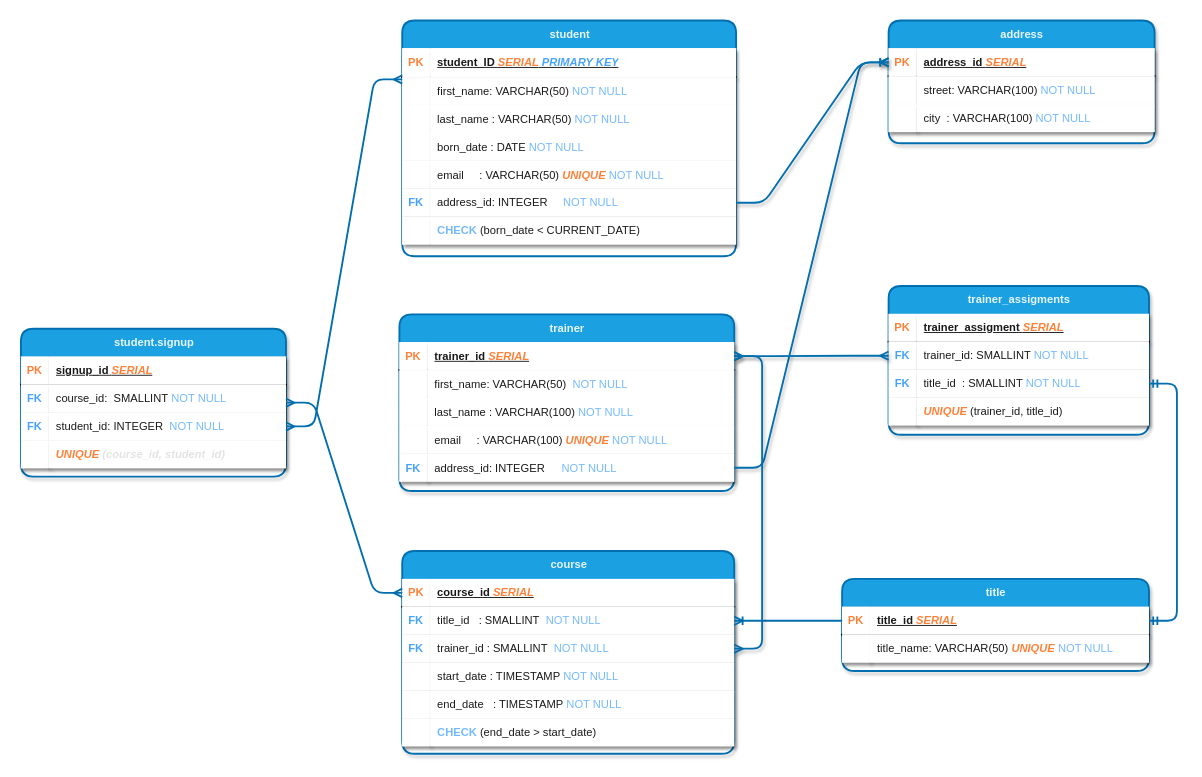
Above: Diagrams/db_diagram.drawio in Mirjax2000/db_project (draw.io), before the change. Source tidied: cells renumbered, new cells numbered last; positions are measured from the earlier drawing's top-left corner, leaving out a move shared by most shapes. Both pictures are drawn from the tidied source at 93%, with x=0, y=0 at pixel (20, 20).
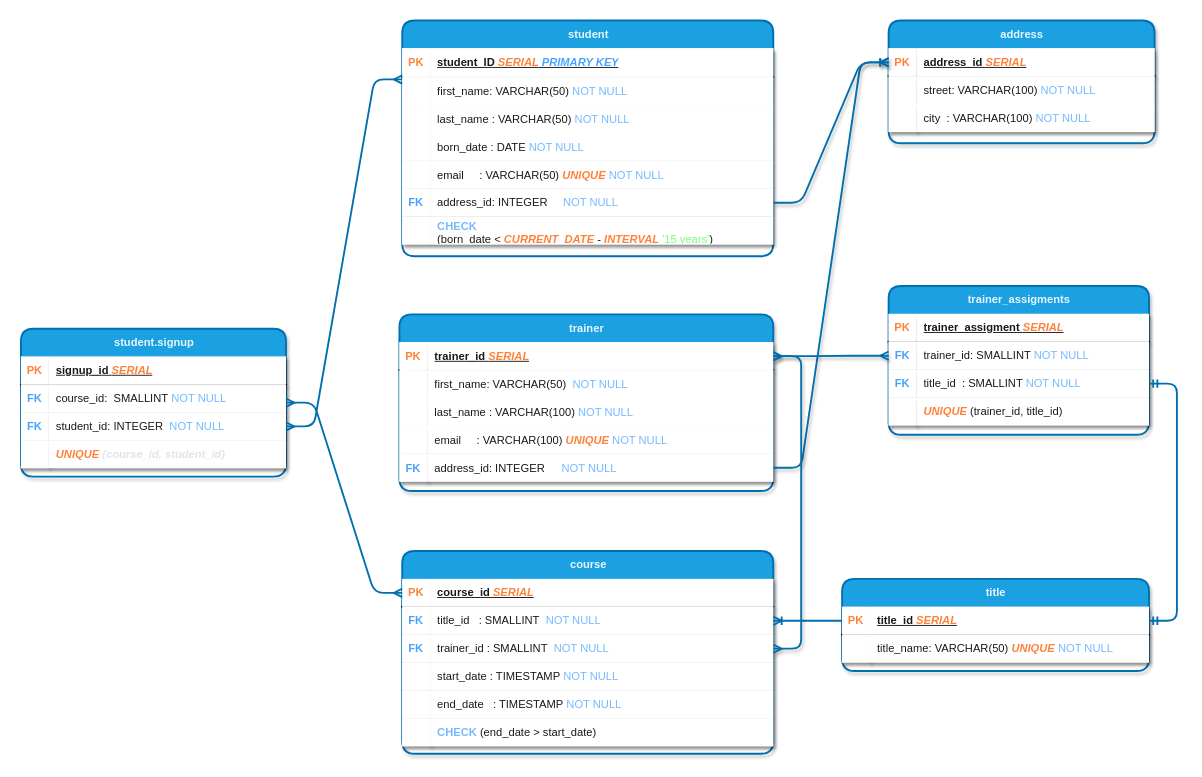
After the change.

The edit, as a diff of the source:
```diff
@@
     <mxCell id="12" value="&lt;font style=&quot;font-size: 12px;&quot;&gt;course&lt;/font&gt;" style="shape=table;startSize=30;childLayout=tableLayout;rowLines=0;fontStyle=1;align=center;html=1;fontFamily=JetBrains Mono;textShadow=0;textOpacity=90;labelBackgroundColor=none;rounded=1;fontSize=12;strokeWidth=2;shadow=1;fillColor=#1ba1e2;fontColor=#ffffff;strokeColor=#006EAF;swimlaneLine=0;direction=east;" parent="1" vertex="1">
-      <mxGeometry x="410" y="570" width="357" height="218" as="geometry" />
+      <mxGeometry x="410" y="570" width="399" height="218" as="geometry" />
     </mxCell>
     <mxCell id="13" style="shape=tableRow;horizontal=0;startSize=0;swimlaneHead=0;swimlaneBody=0;points=[[0,0.5],[1,0.5]];portConstraint=eastwest;top=0;left=0;right=0;bottom=1;align=left;fontFamily=JetBrains Mono;textShadow=0;textOpacity=90;labelBackgroundColor=none;rounded=1;fontSize=12;strokeWidth=2;shadow=1;swimlaneLine=0;" parent="12" vertex="1">
-      <mxGeometry y="30" width="357" height="30" as="geometry" />
+      <mxGeometry y="30" width="399" height="30" as="geometry" />
     </mxCell>
@@
     <mxCell id="15" value="course_id &lt;font color=&quot;#ff7424&quot;&gt;&lt;i&gt;SERIAL&lt;/i&gt;&lt;/font&gt;" style="shape=partialRectangle;top=0;left=0;bottom=0;right=0;align=left;spacingLeft=6;fontStyle=5;overflow=hidden;whiteSpace=wrap;html=1;fontFamily=JetBrains Mono;textShadow=0;textOpacity=90;labelBackgroundColor=none;rounded=1;fontSize=12;strokeWidth=2;shadow=1;swimlaneLine=0;" parent="13" vertex="1">
-      <mxGeometry x="30" width="327" height="30" as="geometry" />
+      <mxGeometry x="30" width="369" height="30" as="geometry" />
     </mxCell>
     <mxCell id="16" style="shape=tableRow;horizontal=0;startSize=0;swimlaneHead=0;swimlaneBody=0;points=[[0,0.5],[1,0.5]];portConstraint=eastwest;top=0;left=0;right=0;bottom=0;align=left;fontFamily=JetBrains Mono;textShadow=0;textOpacity=90;labelBackgroundColor=none;rounded=1;fontSize=12;strokeWidth=2;shadow=1;swimlaneLine=0;" parent="12" vertex="1">
-      <mxGeometry y="60" width="357" height="30" as="geometry" />
+      <mxGeometry y="60" width="399" height="30" as="geometry" />
     </mxCell>
@@
     <mxCell id="18" value="title_id&amp;nbsp; &amp;nbsp;: SMALLINT&amp;nbsp; &lt;font color=&quot;#66b2ff&quot;&gt;NOT NULL&lt;/font&gt;" style="shape=partialRectangle;top=0;left=0;bottom=0;right=0;align=left;spacingLeft=6;overflow=hidden;whiteSpace=wrap;html=1;fontFamily=JetBrains Mono;textShadow=0;textOpacity=90;labelBackgroundColor=none;rounded=1;fontSize=12;strokeWidth=2;shadow=1;swimlaneLine=0;" parent="16" vertex="1">
-      <mxGeometry x="30" width="327" height="30" as="geometry" />
+      <mxGeometry x="30" width="369" height="30" as="geometry" />
     </mxCell>
     <mxCell id="19" style="shape=tableRow;horizontal=0;startSize=0;swimlaneHead=0;swimlaneBody=0;points=[[0,0.5],[1,0.5]];portConstraint=eastwest;top=0;left=0;right=0;bottom=0;align=left;fontFamily=JetBrains Mono;textShadow=0;textOpacity=90;labelBackgroundColor=none;rounded=1;fontSize=12;strokeWidth=2;shadow=1;swimlaneLine=0;" parent="12" vertex="1">
-      <mxGeometry y="90" width="357" height="30" as="geometry" />
+      <mxGeometry y="90" width="399" height="30" as="geometry" />
     </mxCell>
@@
     <mxCell id="21" value="trainer_id : SMALLINT&amp;nbsp; &lt;font color=&quot;#66b2ff&quot;&gt;NOT NULL&lt;/font&gt;" style="shape=partialRectangle;top=0;left=0;bottom=0;right=0;align=left;spacingLeft=6;overflow=hidden;whiteSpace=wrap;html=1;fontFamily=JetBrains Mono;textShadow=0;textOpacity=90;labelBackgroundColor=none;rounded=1;fontSize=12;strokeWidth=2;shadow=1;swimlaneLine=0;" parent="19" vertex="1">
-      <mxGeometry x="30" width="327" height="30" as="geometry" />
+      <mxGeometry x="30" width="369" height="30" as="geometry" />
     </mxCell>
     <mxCell id="22" style="shape=tableRow;horizontal=0;startSize=0;swimlaneHead=0;swimlaneBody=0;top=0;left=0;right=0;bottom=0;align=left;fontFamily=JetBrains Mono;textShadow=0;textOpacity=90;labelBackgroundColor=none;rounded=1;fontSize=12;strokeWidth=2;shadow=1;swimlaneLine=0;" parent="12" vertex="1">
-      <mxGeometry y="120" width="357" height="30" as="geometry" />
+      <mxGeometry y="120" width="399" height="30" as="geometry" />
     </mxCell>
@@
     <mxCell id="24" value="start_date : TIMESTAMP&amp;nbsp;&lt;font color=&quot;#66b2ff&quot;&gt;NOT NULL&lt;/font&gt;" style="shape=partialRectangle;top=0;left=0;bottom=0;right=0;align=left;spacingLeft=6;overflow=hidden;whiteSpace=wrap;html=1;fontFamily=JetBrains Mono;textShadow=0;textOpacity=90;labelBackgroundColor=none;rounded=1;fontSize=12;strokeWidth=2;shadow=1;swimlaneLine=0;" parent="22" vertex="1">
-      <mxGeometry x="30" width="327" height="30" as="geometry" />
+      <mxGeometry x="30" width="369" height="30" as="geometry" />
     </mxCell>
     <mxCell id="25" style="shape=tableRow;horizontal=0;startSize=0;swimlaneHead=0;swimlaneBody=0;top=0;left=0;right=0;bottom=0;align=left;fontFamily=JetBrains Mono;textShadow=0;textOpacity=90;labelBackgroundColor=none;rounded=1;fontSize=12;strokeWidth=2;shadow=1;swimlaneLine=0;" parent="12" vertex="1">
-      <mxGeometry y="150" width="357" height="30" as="geometry" />
+      <mxGeometry y="150" width="399" height="30" as="geometry" />
     </mxCell>
@@
     <mxCell id="27" value="end_date&amp;nbsp; &amp;nbsp;: TIMESTAMP&amp;nbsp;&lt;font color=&quot;#66b2ff&quot;&gt;NOT NULL&lt;/font&gt;" style="shape=partialRectangle;top=0;left=0;bottom=0;right=0;align=left;spacingLeft=6;overflow=hidden;whiteSpace=wrap;html=1;fontFamily=JetBrains Mono;textShadow=0;textOpacity=90;labelBackgroundColor=none;rounded=1;fontSize=12;strokeWidth=2;shadow=1;swimlaneLine=0;" parent="25" vertex="1">
-      <mxGeometry x="30" width="327" height="30" as="geometry" />
+      <mxGeometry x="30" width="369" height="30" as="geometry" />
     </mxCell>
     <mxCell id="28" style="shape=tableRow;horizontal=0;startSize=0;swimlaneHead=0;swimlaneBody=0;top=0;left=0;right=0;bottom=0;align=left;fontFamily=JetBrains Mono;textShadow=0;textOpacity=90;labelBackgroundColor=none;rounded=1;fontSize=12;strokeWidth=2;shadow=1;swimlaneLine=0;" parent="12" vertex="1">
-      <mxGeometry y="180" width="357" height="30" as="geometry" />
+      <mxGeometry y="180" width="399" height="30" as="geometry" />
     </mxCell>
@@
     <mxCell id="30" value="&lt;b&gt;&lt;font color=&quot;#66b2ff&quot;&gt;CHECK&lt;/font&gt;&lt;/b&gt; (end_date &amp;gt; start_date)" style="shape=partialRectangle;top=0;left=0;bottom=0;right=0;align=left;spacingLeft=6;overflow=hidden;whiteSpace=wrap;html=1;fontFamily=JetBrains Mono;textShadow=0;textOpacity=90;labelBackgroundColor=none;rounded=1;fontSize=12;strokeWidth=2;shadow=1;swimlaneLine=0;" parent="28" vertex="1">
-      <mxGeometry x="30" width="327" height="30" as="geometry" />
+      <mxGeometry x="30" width="369" height="30" as="geometry" />
     </mxCell>
@@
     <mxCell id="44" value="&lt;font style=&quot;font-size: 12px;&quot;&gt;student&lt;/font&gt;" style="shape=table;startSize=30;childLayout=tableLayout;rowLines=1;fontStyle=1;align=center;html=1;fontFamily=JetBrains Mono;textShadow=0;textOpacity=90;labelBackgroundColor=none;rounded=1;fontSize=12;strokeWidth=2;shadow=0;fillColor=#1ba1e2;strokeColor=#006EAF;fontColor=#ffffff;swimlaneLine=0;direction=east;" parent="1" vertex="1">
-      <mxGeometry x="410" y="-0.5" width="359" height="253.5" as="geometry" />
+      <mxGeometry x="410" y="-0.5" width="399" height="253.5" as="geometry" />
     </mxCell>
     <mxCell id="45" style="shape=tableRow;horizontal=0;startSize=0;swimlaneHead=0;swimlaneBody=0;top=0;left=0;right=0;bottom=1;align=left;fontFamily=JetBrains Mono;textShadow=0;textOpacity=90;labelBackgroundColor=none;rounded=1;fontSize=12;strokeWidth=2;shadow=1;swimlaneLine=0;" parent="44" vertex="1">
-      <mxGeometry y="30" width="359" height="31" as="geometry" />
+      <mxGeometry y="30" width="399" height="31" as="geometry" />
     </mxCell>
@@
     <mxCell id="47" value="student_ID &lt;i style=&quot;&quot;&gt;&lt;font color=&quot;#ff7424&quot;&gt;SERIAL&lt;/font&gt;&lt;font color=&quot;#3399ff&quot;&gt; PRIMARY KEY&lt;/font&gt;&lt;/i&gt;" style="shape=partialRectangle;top=0;left=0;bottom=0;right=0;align=left;spacingLeft=6;fontStyle=5;overflow=hidden;whiteSpace=wrap;html=1;fontFamily=JetBrains Mono;textShadow=0;textOpacity=90;labelBackgroundColor=none;rounded=1;fontSize=12;strokeWidth=2;shadow=1;swimlaneLine=0;" parent="45" vertex="1">
-      <mxGeometry x="30" width="329" height="31" as="geometry" />
+      <mxGeometry x="30" width="369" height="31" as="geometry" />
     </mxCell>
     <mxCell id="48" style="shape=tableRow;horizontal=0;startSize=0;swimlaneHead=0;swimlaneBody=0;top=0;left=0;right=0;bottom=0;align=left;fontFamily=JetBrains Mono;textShadow=0;textOpacity=90;labelBackgroundColor=none;rounded=1;fontSize=12;strokeWidth=2;shadow=1;swimlaneLine=0;" parent="44" vertex="1">
-      <mxGeometry y="61" width="359" height="30" as="geometry" />
+      <mxGeometry y="61" width="399" height="30" as="geometry" />
     </mxCell>
@@
     <mxCell id="50" value="first_name: VARCHAR(50)&amp;nbsp;&lt;font color=&quot;#66b2ff&quot;&gt;NOT NULL&lt;/font&gt;" style="shape=partialRectangle;top=0;left=0;bottom=0;right=0;align=left;spacingLeft=6;overflow=hidden;whiteSpace=wrap;html=1;fontFamily=JetBrains Mono;textShadow=0;textOpacity=90;labelBackgroundColor=none;rounded=1;fontSize=12;strokeWidth=2;shadow=1;swimlaneLine=0;" parent="48" vertex="1">
-      <mxGeometry x="30" width="329" height="30" as="geometry" />
+      <mxGeometry x="30" width="369" height="30" as="geometry" />
     </mxCell>
     <mxCell id="51" style="shape=tableRow;horizontal=0;startSize=0;swimlaneHead=0;swimlaneBody=0;top=0;left=0;right=0;bottom=0;align=left;fontFamily=JetBrains Mono;textShadow=0;textOpacity=90;labelBackgroundColor=none;rounded=1;fontSize=12;strokeWidth=2;shadow=1;swimlaneLine=0;" parent="44" vertex="1">
-      <mxGeometry y="91" width="359" height="30" as="geometry" />
+      <mxGeometry y="91" width="399" height="30" as="geometry" />
     </mxCell>
@@
     <mxCell id="53" value="last_name : VARCHAR(50)&amp;nbsp;&lt;font color=&quot;#66b2ff&quot;&gt;NOT NULL&lt;/font&gt;" style="shape=partialRectangle;top=0;left=0;bottom=0;right=0;align=left;spacingLeft=6;overflow=hidden;whiteSpace=wrap;html=1;fontFamily=JetBrains Mono;textShadow=0;textOpacity=90;labelBackgroundColor=none;rounded=1;fontSize=12;strokeWidth=2;shadow=1;swimlaneLine=0;" parent="51" vertex="1">
-      <mxGeometry x="30" width="329" height="30" as="geometry" />
+      <mxGeometry x="30" width="369" height="30" as="geometry" />
     </mxCell>
     <mxCell id="54" style="shape=tableRow;horizontal=0;startSize=0;swimlaneHead=0;swimlaneBody=0;top=0;left=0;right=0;bottom=0;align=left;fontFamily=JetBrains Mono;textShadow=0;textOpacity=90;labelBackgroundColor=none;rounded=1;fontSize=12;strokeWidth=2;shadow=1;swimlaneLine=0;" parent="44" vertex="1">
-      <mxGeometry y="121" width="359" height="30" as="geometry" />
+      <mxGeometry y="121" width="399" height="30" as="geometry" />
     </mxCell>
@@
     <mxCell id="56" value="born_date : DATE&amp;nbsp;&lt;font color=&quot;#66b2ff&quot;&gt;NOT NULL&lt;/font&gt;" style="shape=partialRectangle;top=0;left=0;bottom=0;right=0;align=left;spacingLeft=6;overflow=hidden;whiteSpace=wrap;html=1;fontFamily=JetBrains Mono;textShadow=0;textOpacity=90;labelBackgroundColor=none;rounded=1;fontSize=12;strokeWidth=2;shadow=1;swimlaneLine=0;" parent="54" vertex="1">
-      <mxGeometry x="30" width="329" height="30" as="geometry" />
+      <mxGeometry x="30" width="369" height="30" as="geometry" />
     </mxCell>
     <mxCell id="57" style="shape=tableRow;horizontal=0;startSize=0;swimlaneHead=0;swimlaneBody=0;top=0;left=0;right=0;bottom=0;align=left;fontFamily=JetBrains Mono;textShadow=0;textOpacity=90;labelBackgroundColor=none;rounded=1;fontSize=12;strokeWidth=2;shadow=1;swimlaneLine=0;" parent="44" vertex="1">
-      <mxGeometry y="151" width="359" height="30" as="geometry" />
+      <mxGeometry y="151" width="399" height="30" as="geometry" />
     </mxCell>
@@
     <mxCell id="59" value="email&amp;nbsp; &amp;nbsp; &amp;nbsp;: VARCHAR(50) &lt;i&gt;&lt;font color=&quot;#ff7424&quot;&gt;&lt;b&gt;UNIQUE&lt;/b&gt;&amp;nbsp;&lt;/font&gt;&lt;/i&gt;&lt;font color=&quot;#66b2ff&quot;&gt;NOT NULL&lt;/font&gt;" style="shape=partialRectangle;top=0;left=0;bottom=0;right=0;align=left;spacingLeft=6;overflow=hidden;whiteSpace=wrap;html=1;fontFamily=JetBrains Mono;textShadow=0;textOpacity=90;labelBackgroundColor=none;rounded=1;fontSize=12;strokeWidth=2;shadow=1;swimlaneLine=0;" parent="57" vertex="1">
-      <mxGeometry x="30" width="329" height="30" as="geometry" />
+      <mxGeometry x="30" width="369" height="30" as="geometry" />
     </mxCell>
     <mxCell id="60" style="shape=tableRow;horizontal=0;startSize=0;swimlaneHead=0;swimlaneBody=0;points=[[0,0.5],[1,0.5]];portConstraint=eastwest;top=0;left=0;right=0;bottom=0;align=left;fontFamily=JetBrains Mono;textShadow=0;textOpacity=90;labelBackgroundColor=none;rounded=1;fontSize=12;strokeWidth=2;shadow=1;swimlaneLine=0;" parent="44" vertex="1">
-      <mxGeometry y="181" width="359" height="30" as="geometry" />
+      <mxGeometry y="181" width="399" height="30" as="geometry" />
     </mxCell>
@@
     <mxCell id="62" value="address_id: INTEGER&amp;nbsp; &amp;nbsp; &amp;nbsp;&lt;font color=&quot;#66b2ff&quot;&gt;NOT NULL&lt;/font&gt;" style="shape=partialRectangle;top=0;left=0;bottom=0;right=0;align=left;spacingLeft=6;overflow=hidden;whiteSpace=wrap;html=1;fontFamily=JetBrains Mono;textShadow=0;textOpacity=90;labelBackgroundColor=none;rounded=1;fontSize=12;strokeWidth=2;shadow=1;swimlaneLine=0;" parent="60" vertex="1">
-      <mxGeometry x="30" width="329" height="30" as="geometry" />
+      <mxGeometry x="30" width="369" height="30" as="geometry" />
     </mxCell>
     <mxCell id="63" style="shape=tableRow;horizontal=0;startSize=0;swimlaneHead=0;swimlaneBody=0;top=0;left=0;right=0;bottom=0;align=left;fontFamily=JetBrains Mono;textShadow=0;textOpacity=90;labelBackgroundColor=none;rounded=1;fontSize=12;strokeWidth=2;shadow=1;swimlaneLine=0;" parent="44" vertex="1">
-      <mxGeometry y="211" width="359" height="30" as="geometry" />
+      <mxGeometry y="211" width="399" height="30" as="geometry" />
     </mxCell>
@@
-    <mxCell id="65" value="&lt;b&gt;&lt;font color=&quot;#66b2ff&quot;&gt;CHECK&lt;/font&gt;&lt;/b&gt; (born_date &amp;lt; CURRENT_DATE)" style="shape=partialRectangle;top=0;left=0;bottom=0;right=0;align=left;spacingLeft=6;overflow=hidden;whiteSpace=wrap;html=1;fontFamily=JetBrains Mono;textShadow=0;textOpacity=90;labelBackgroundColor=none;rounded=1;fontSize=12;strokeWidth=2;shadow=1;swimlaneLine=0;" parent="63" vertex="1">
-      <mxGeometry x="30" width="329" height="30" as="geometry" />
+    <mxCell id="65" value="&lt;b&gt;&lt;font color=&quot;#66b2ff&quot;&gt;CHECK&lt;/font&gt;&lt;/b&gt;&lt;div&gt; (born_date &amp;lt; &lt;b&gt;&lt;i&gt;&lt;font color=&quot;#ff7424&quot;&gt;CURRENT_DATE&lt;/font&gt;&lt;/i&gt;&lt;/b&gt; - &lt;b&gt;&lt;i&gt;&lt;font color=&quot;#ff7424&quot;&gt;INTERVAL&lt;/font&gt;&lt;/i&gt;&lt;/b&gt; &lt;font color=&quot;#66ff66&quot;&gt;'15 years'&lt;/font&gt;)&lt;/div&gt;" style="shape=partialRectangle;top=0;left=0;bottom=0;right=0;align=left;spacingLeft=6;overflow=hidden;whiteSpace=wrap;html=1;fontFamily=JetBrains Mono;textShadow=0;textOpacity=90;labelBackgroundColor=none;rounded=1;fontSize=12;strokeWidth=2;shadow=1;swimlaneLine=0;" parent="63" vertex="1">
+      <mxGeometry x="30" width="369" height="30" as="geometry" />
     </mxCell>
@@
     <mxCell id="73" value="&lt;font style=&quot;font-size: 12px;&quot;&gt;trainer&lt;/font&gt;" style="shape=table;startSize=30;childLayout=tableLayout;rowLines=0;fontStyle=1;align=center;html=1;fontFamily=JetBrains Mono;textShadow=0;textOpacity=90;labelBackgroundColor=none;rounded=1;swimlaneFillColor=none;fontSize=12;strokeWidth=2;shadow=1;fillColor=#1ba1e2;fontColor=#ffffff;strokeColor=#006EAF;swimlaneLine=0;direction=east;" parent="1" vertex="1">
-      <mxGeometry x="407" y="315.5" width="360" height="190" as="geometry" />
+      <mxGeometry x="407" y="315.5" width="402" height="190" as="geometry" />
     </mxCell>
     <mxCell id="74" style="shape=tableRow;horizontal=0;startSize=0;swimlaneHead=0;swimlaneBody=0;points=[[0,0.5],[1,0.5]];portConstraint=eastwest;top=0;left=0;right=0;bottom=1;align=left;fontFamily=JetBrains Mono;textShadow=0;textOpacity=90;labelBackgroundColor=none;rounded=1;fontSize=12;strokeWidth=2;shadow=1;swimlaneLine=0;" parent="73" vertex="1">
-      <mxGeometry y="30" width="360" height="30" as="geometry" />
+      <mxGeometry y="30" width="402" height="30" as="geometry" />
     </mxCell>
@@
     <mxCell id="76" value="trainer_id &lt;i&gt;&lt;font color=&quot;#ff7424&quot;&gt;SERIAL&lt;/font&gt;&lt;/i&gt;" style="shape=partialRectangle;top=0;left=0;bottom=0;right=0;align=left;spacingLeft=6;fontStyle=5;overflow=hidden;whiteSpace=wrap;html=1;fontFamily=JetBrains Mono;textShadow=0;textOpacity=90;labelBackgroundColor=none;rounded=1;fontSize=12;strokeWidth=2;shadow=1;swimlaneLine=0;" parent="74" vertex="1">
-      <mxGeometry x="30" width="330" height="30" as="geometry" />
+      <mxGeometry x="30" width="372" height="30" as="geometry" />
     </mxCell>
     <mxCell id="77" style="shape=tableRow;horizontal=0;startSize=0;swimlaneHead=0;swimlaneBody=0;top=0;left=0;right=0;bottom=0;align=left;fontFamily=JetBrains Mono;textShadow=0;textOpacity=90;labelBackgroundColor=none;rounded=1;fontSize=12;strokeWidth=2;shadow=1;swimlaneLine=0;" parent="73" vertex="1">
-      <mxGeometry y="60" width="360" height="30" as="geometry" />
+      <mxGeometry y="60" width="402" height="30" as="geometry" />
     </mxCell>
@@
     <mxCell id="79" value="first_name: VARCHAR(50)&amp;nbsp;&amp;nbsp;&lt;font color=&quot;#66b2ff&quot;&gt;NOT NULL&lt;/font&gt;&lt;span style=&quot;white-space: pre; font-size: 12px;&quot;&gt;&#9;&lt;/span&gt;" style="shape=partialRectangle;top=0;left=0;bottom=0;right=0;align=left;spacingLeft=6;overflow=hidden;whiteSpace=wrap;html=1;fontFamily=JetBrains Mono;textShadow=0;textOpacity=90;labelBackgroundColor=none;rounded=1;fontSize=12;strokeWidth=2;shadow=1;swimlaneLine=0;" parent="77" vertex="1">
-      <mxGeometry x="30" width="330" height="30" as="geometry" />
+      <mxGeometry x="30" width="372" height="30" as="geometry" />
     </mxCell>
     <mxCell id="80" style="shape=tableRow;horizontal=0;startSize=0;swimlaneHead=0;swimlaneBody=0;top=0;left=0;right=0;bottom=0;align=left;fontFamily=JetBrains Mono;textShadow=0;textOpacity=90;labelBackgroundColor=none;rounded=1;fontSize=12;strokeWidth=2;shadow=1;swimlaneLine=0;" parent="73" vertex="1">
-      <mxGeometry y="90" width="360" height="30" as="geometry" />
+      <mxGeometry y="90" width="402" height="30" as="geometry" />
     </mxCell>
@@
     <mxCell id="82" value="last_name : VARCHAR(100) &lt;font color=&quot;#66b2ff&quot;&gt;NOT NULL&lt;/font&gt;" style="shape=partialRectangle;top=0;left=0;bottom=0;right=0;align=left;spacingLeft=6;overflow=hidden;whiteSpace=wrap;html=1;fontFamily=JetBrains Mono;textShadow=0;textOpacity=90;labelBackgroundColor=none;rounded=1;fontSize=12;strokeWidth=2;shadow=1;swimlaneLine=0;" parent="80" vertex="1">
-      <mxGeometry x="30" width="330" height="30" as="geometry" />
+      <mxGeometry x="30" width="372" height="30" as="geometry" />
     </mxCell>
     <mxCell id="83" style="shape=tableRow;horizontal=0;startSize=0;swimlaneHead=0;swimlaneBody=0;top=0;left=0;right=0;bottom=0;align=left;fontFamily=JetBrains Mono;textShadow=0;textOpacity=90;labelBackgroundColor=none;rounded=1;fontSize=12;strokeWidth=2;shadow=1;swimlaneLine=0;" parent="73" vertex="1">
-      <mxGeometry y="120" width="360" height="30" as="geometry" />
+      <mxGeometry y="120" width="402" height="30" as="geometry" />
     </mxCell>
@@
     <mxCell id="85" value="email&amp;nbsp; &amp;nbsp; &amp;nbsp;: VARCHAR(100) &lt;i&gt;&lt;font color=&quot;#ff7424&quot;&gt;&lt;b&gt;UNIQUE&lt;/b&gt;&lt;/font&gt;&lt;/i&gt;&amp;nbsp;&lt;font color=&quot;#66b2ff&quot;&gt;NOT NULL&lt;/font&gt;" style="shape=partialRectangle;top=0;left=0;bottom=0;right=0;align=left;spacingLeft=6;overflow=hidden;whiteSpace=wrap;html=1;fontFamily=JetBrains Mono;textShadow=0;textOpacity=90;labelBackgroundColor=none;rounded=1;fontSize=12;strokeWidth=2;shadow=1;swimlaneLine=0;" parent="83" vertex="1">
-      <mxGeometry x="30" width="330" height="30" as="geometry" />
+      <mxGeometry x="30" width="372" height="30" as="geometry" />
     </mxCell>
     <mxCell id="86" style="shape=tableRow;horizontal=0;startSize=0;swimlaneHead=0;swimlaneBody=0;points=[[0,0.5],[1,0.5]];portConstraint=eastwest;top=0;left=0;right=0;bottom=0;align=left;fontFamily=JetBrains Mono;textShadow=0;textOpacity=90;labelBackgroundColor=none;rounded=1;fontSize=12;strokeWidth=2;shadow=1;swimlaneLine=0;" parent="73" vertex="1">
-      <mxGeometry y="150" width="360" height="30" as="geometry" />
+      <mxGeometry y="150" width="402" height="30" as="geometry" />
     </mxCell>
@@
     <mxCell id="88" value="address_id: INTEGER&lt;span style=&quot;white-space: pre; font-size: 12px;&quot;&gt;&#9;&lt;/span&gt;&amp;nbsp;&lt;font color=&quot;#66b2ff&quot;&gt;NOT NULL&lt;/font&gt;" style="shape=partialRectangle;top=0;left=0;bottom=0;right=0;align=left;spacingLeft=6;overflow=hidden;whiteSpace=wrap;html=1;fontFamily=JetBrains Mono;textShadow=0;textOpacity=90;labelBackgroundColor=none;rounded=1;fontSize=12;strokeWidth=2;shadow=1;swimlaneLine=0;" parent="86" vertex="1">
-      <mxGeometry x="30" width="330" height="30" as="geometry" />
+      <mxGeometry x="30" width="372" height="30" as="geometry" />
     </mxCell>
```
